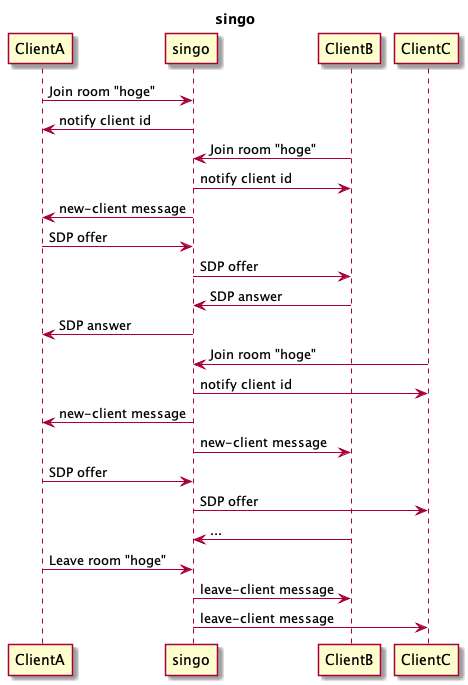
This is sequence.png from tockn/singo, a PlantUML export, as it was before one commit.
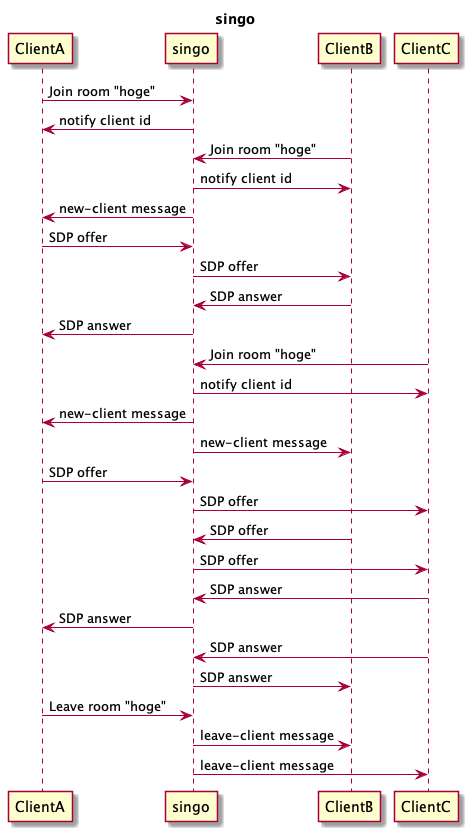
The same diagram one commit later.

The edit, as a diff of the source:
```diff
@@ -16,7 +16,12 @@
 singo -> ClientB: new-client message
 ClientA -> singo: SDP offer
 singo -> ClientC: SDP offer
-ClientB -> singo: ...
+ClientB -> singo: SDP offer
+singo -> ClientC: SDP offer
+ClientC -> singo: SDP answer
+singo -> ClientA: SDP answer
+ClientC -> singo: SDP answer
+singo -> ClientB: SDP answer
 
 ClientA -> singo: Leave room "hoge"
 singo -> ClientB: leave-client message
```
